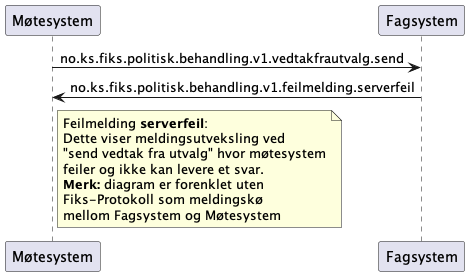
Earlier version of the PlantUML export Dokumentasjon/V1/meldingsutveksling/vedtakfrautvalg-send/sekvensdiagram/sekvensdiagram-vedtakfrautvalg-send-serverfeil.png (ks-no/fiks-politisk-behandling-specification).
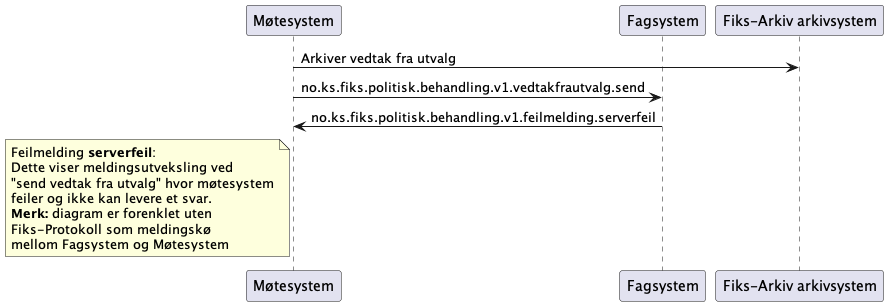
After the commit.

Change to the diagram source:
```diff
@@ -1,11 +1,13 @@
 @startuml
 participant Møtesystem as "Møtesystem"
 participant Fagsystem as "Fagsystem"
+participant Arkivsystem as "Fiks-Arkiv arkivsystem"
 
+Møtesystem -> Arkivsystem : Arkiver vedtak fra utvalg
 Møtesystem -> Fagsystem : no.ks.fiks.politisk.behandling.v1.vedtakfrautvalg.send
 Møtesystem <- Fagsystem : no.ks.fiks.politisk.behandling.v1.feilmelding.serverfeil
 
-note right of Møtesystem
+note left of Møtesystem
 Feilmelding **serverfeil**:
 Dette viser meldingsutveksling ved
 "send vedtak fra utvalg" hvor møtesystem
```
